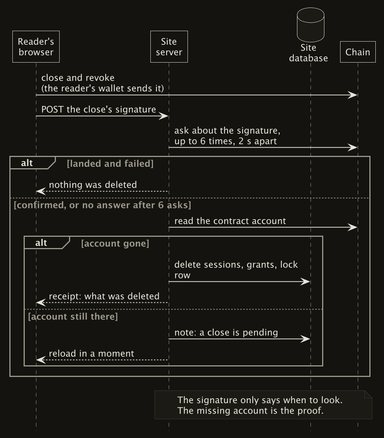
Earlier version of the PlantUML export public/assets/img/two-orderings-close-dark.png (wbreeze/sol-pay-demonstrator). Its diagram source:
```plantuml
@startuml
!$theme = "dark"
!include style.iuml
$lifelines()

B -> C : close and revoke\n(the reader's wallet sends it)
B -> S : POST the close's signature
S -> C : ask about the signature,\nup to 6 times, 2 s apart

alt landed and failed
  S --> B : nothing was deleted
else confirmed, or no answer after 6 asks
  S -> C : read the contract account
  alt account gone
    S -> D : delete sessions, grants, lock row
    S --> B : receipt: what was deleted
  else account still there
    S -> D : note: a close is pending
    S --> B : reload in a moment
  end
end

note over S, C
  The signature only says when to look.
  The missing account is the proof.
end note
@enduml
```
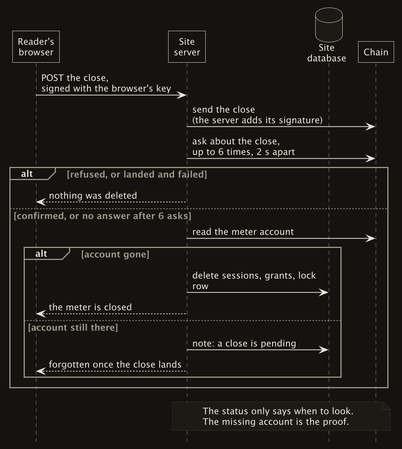
The same diagram one commit later.

The edit, as a diff of the source:
```diff
@@ -3,25 +3,25 @@
 !include style.iuml
 $lifelines()
 
-B -> C : close and revoke\n(the reader's wallet sends it)
-B -> S : POST the close's signature
-S -> C : ask about the signature,\nup to 6 times, 2 s apart
+B -> S : POST the close,\nsigned with the browser's key
+S -> C : send the close\n(the server adds its signature)
+S -> C : ask about the close,\nup to 6 times, 2 s apart
 
-alt landed and failed
+alt refused, or landed and failed
   S --> B : nothing was deleted
 else confirmed, or no answer after 6 asks
-  S -> C : read the contract account
+  S -> C : read the meter account
   alt account gone
     S -> D : delete sessions, grants, lock row
-    S --> B : receipt: what was deleted
+    S --> B : the meter is closed
   else account still there
     S -> D : note: a close is pending
-    S --> B : reload in a moment
+    S --> B : forgotten once the close lands
   end
 end
 
 note over S, C
-  The signature only says when to look.
+  The status only says when to look.
   The missing account is the proof.
 end note
 @enduml
```
